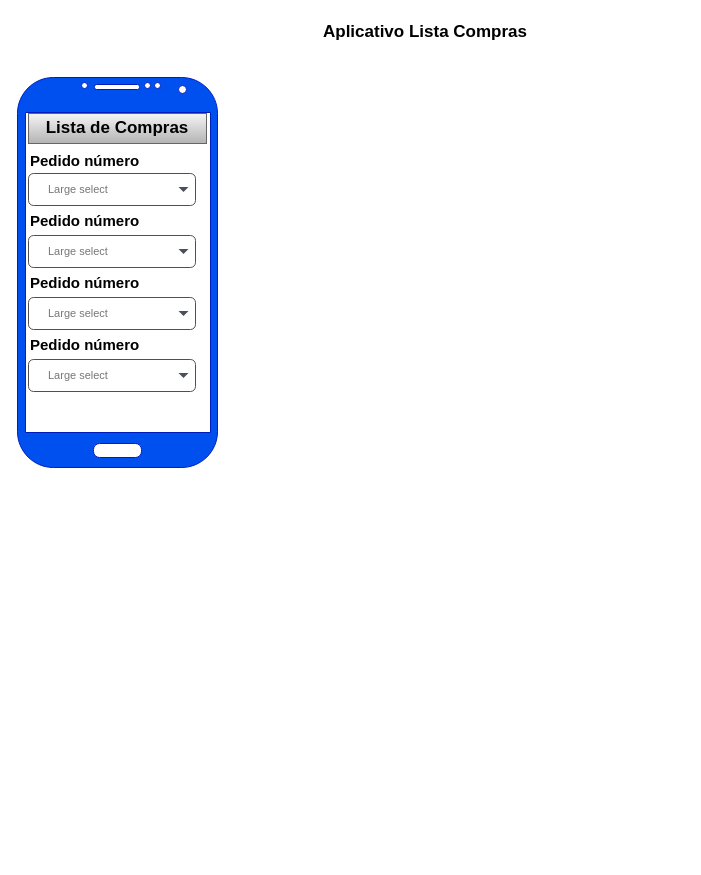
Before: AppListaMercado.drawio in rmalmeidax/SistemaSupermercado, a draw.io diagram. Source tidied: cells renumbered, new cells numbered last; positions are measured from the earlier drawing's top-left corner, leaving out a move shared by most shapes. Both pictures are drawn from the tidied source at 100%, with x=0, y=0 at pixel (17, 17).
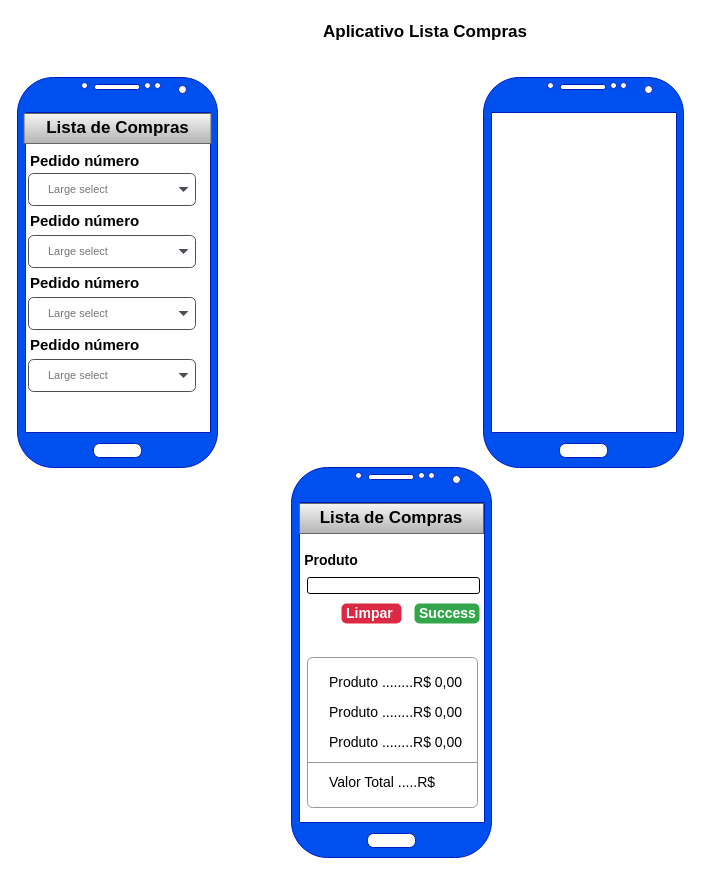
The same diagram, later.

What changed in the source:
```diff
@@
-    <mxCell id="4" value="Lista de Compras" style="text;html=1;align=center;verticalAlign=middle;whiteSpace=wrap;rounded=0;fontSize=17;fontStyle=1;labelBackgroundColor=none;labelBorderColor=none;fillColor=#f5f5f5;gradientColor=#b3b3b3;strokeColor=#666666;" parent="1" vertex="1">
-      <mxGeometry x="11" y="96" width="178" height="30" as="geometry" />
-    </mxCell>
@@
+    <mxCell id="17" style="verticalLabelPosition=bottom;verticalAlign=top;html=1;shadow=0;dashed=0;strokeWidth=1;shape=mxgraph.android.phone2;strokeColor=#001DBC;fillColor=#0050ef;fontColor=#ffffff;" parent="1" vertex="1">
+      <mxGeometry x="274" y="450" width="200" height="390" as="geometry" />
+    </mxCell>
+    <mxCell id="18" value="Lista de Compras" style="text;html=1;align=center;verticalAlign=middle;whiteSpace=wrap;rounded=0;fontSize=17;fontStyle=1;labelBackgroundColor=none;labelBorderColor=none;fillColor=#f5f5f5;gradientColor=#b3b3b3;strokeColor=#666666;" parent="1" vertex="1">
+      <mxGeometry x="282" y="486" width="184" height="30" as="geometry" />
+    </mxCell>
+    <mxCell id="19" value="Lista de Compras" style="text;html=1;align=center;verticalAlign=middle;whiteSpace=wrap;rounded=0;fontSize=17;fontStyle=1;labelBackgroundColor=none;labelBorderColor=none;fillColor=#f5f5f5;gradientColor=#b3b3b3;strokeColor=#666666;" parent="1" vertex="1">
+      <mxGeometry x="6.5" y="96" width="187" height="30" as="geometry" />
+    </mxCell>
+    <mxCell id="20" value="Produto" style="text;html=1;align=center;verticalAlign=middle;whiteSpace=wrap;rounded=0;fontSize=14;fontStyle=1;" parent="1" vertex="1">
+      <mxGeometry x="284" y="528" width="60" height="30" as="geometry" />
+    </mxCell>
+    <mxCell id="21" style="rounded=1;whiteSpace=wrap;html=1;align=left;" parent="1" vertex="1">
+      <mxGeometry x="290" y="560" width="172" height="16" as="geometry" />
+    </mxCell>
+    <mxCell id="22" value="Success" style="html=1;shadow=0;dashed=0;shape=mxgraph.bootstrap.rrect;rSize=5;strokeColor=none;strokeWidth=1;fillColor=#33A64C;fontColor=#FFFFFF;whiteSpace=wrap;align=left;verticalAlign=middle;spacingLeft=0;fontStyle=1;fontSize=14;spacing=5;" parent="1" vertex="1">
+      <mxGeometry x="397" y="586" width="65" height="20" as="geometry" />
+    </mxCell>
+    <mxCell id="23" style="swimlane;shape=mxgraph.bootstrap.rrect;rSize=5;strokeColor=#999999;fillColor=#ffffff;fontStyle=0;horizontal=1;startSize=0;whiteSpace=wrap;html=1;" parent="1" vertex="1">
+      <mxGeometry x="290" y="640" width="170" height="150" as="geometry" />
+    </mxCell>
+    <mxCell id="24" value="Produto ........R$ 0,00" style="text;align=left;verticalAlign=middle;spacingLeft=20;spacingRight=10;overflow=hidden;whiteSpace=wrap;html=1;fontColor=inherit;fontSize=14;fontStyle=0;" parent="23" vertex="1">
+      <mxGeometry y="10" width="170" height="30" as="geometry" />
+    </mxCell>
+    <mxCell id="25" value="Produto ........R$ 0,00" style="text;align=left;verticalAlign=middle;spacingLeft=20;spacingRight=10;overflow=hidden;whiteSpace=wrap;html=1;fontColor=inherit;fontSize=14;fontStyle=0;" parent="23" vertex="1">
+      <mxGeometry y="40" width="170" height="30" as="geometry" />
+    </mxCell>
+    <mxCell id="26" value="Produto ........R$ 0,00" style="text;align=left;verticalAlign=middle;spacingLeft=20;spacingRight=10;overflow=hidden;whiteSpace=wrap;html=1;fontColor=inherit;fontSize=14;fontStyle=0;" parent="23" vertex="1">
+      <mxGeometry y="70" width="170" height="30" as="geometry" />
+    </mxCell>
+    <mxCell id="27" style="text;shape=line;strokeColor=inherit;align=center;verticalAlign=middle;spacingLeft=20;spacingRight=10;overflow=hidden;whiteSpace=wrap;html=1;fontColor=inherit;" parent="23" vertex="1">
+      <mxGeometry y="100" width="170" height="10" as="geometry" />
+    </mxCell>
+    <mxCell id="28" value="Valor Total .....R$&amp;nbsp;" style="text;align=left;verticalAlign=middle;spacingLeft=20;spacingRight=10;overflow=hidden;whiteSpace=wrap;html=1;fontColor=inherit;fontSize=14;fontStyle=0;" parent="23" vertex="1">
+      <mxGeometry y="110" width="170" height="30" as="geometry" />
+    </mxCell>
+    <mxCell id="29" value="Limpar" style="html=1;shadow=0;dashed=0;shape=mxgraph.bootstrap.rrect;rSize=5;strokeColor=none;strokeWidth=1;fillColor=#DB2843;fontColor=#FFFFFF;whiteSpace=wrap;align=left;verticalAlign=middle;spacingLeft=0;fontStyle=1;fontSize=14;spacing=5;" parent="1" vertex="1">
+      <mxGeometry x="324" y="586" width="60" height="20" as="geometry" />
+    </mxCell>
+    <mxCell id="30" style="verticalLabelPosition=bottom;verticalAlign=top;html=1;shadow=0;dashed=0;strokeWidth=1;shape=mxgraph.android.phone2;strokeColor=#001DBC;fillColor=#0050ef;fontColor=#ffffff;" parent="1" vertex="1">
+      <mxGeometry x="466" y="60" width="200" height="390" as="geometry" />
+    </mxCell>
```
